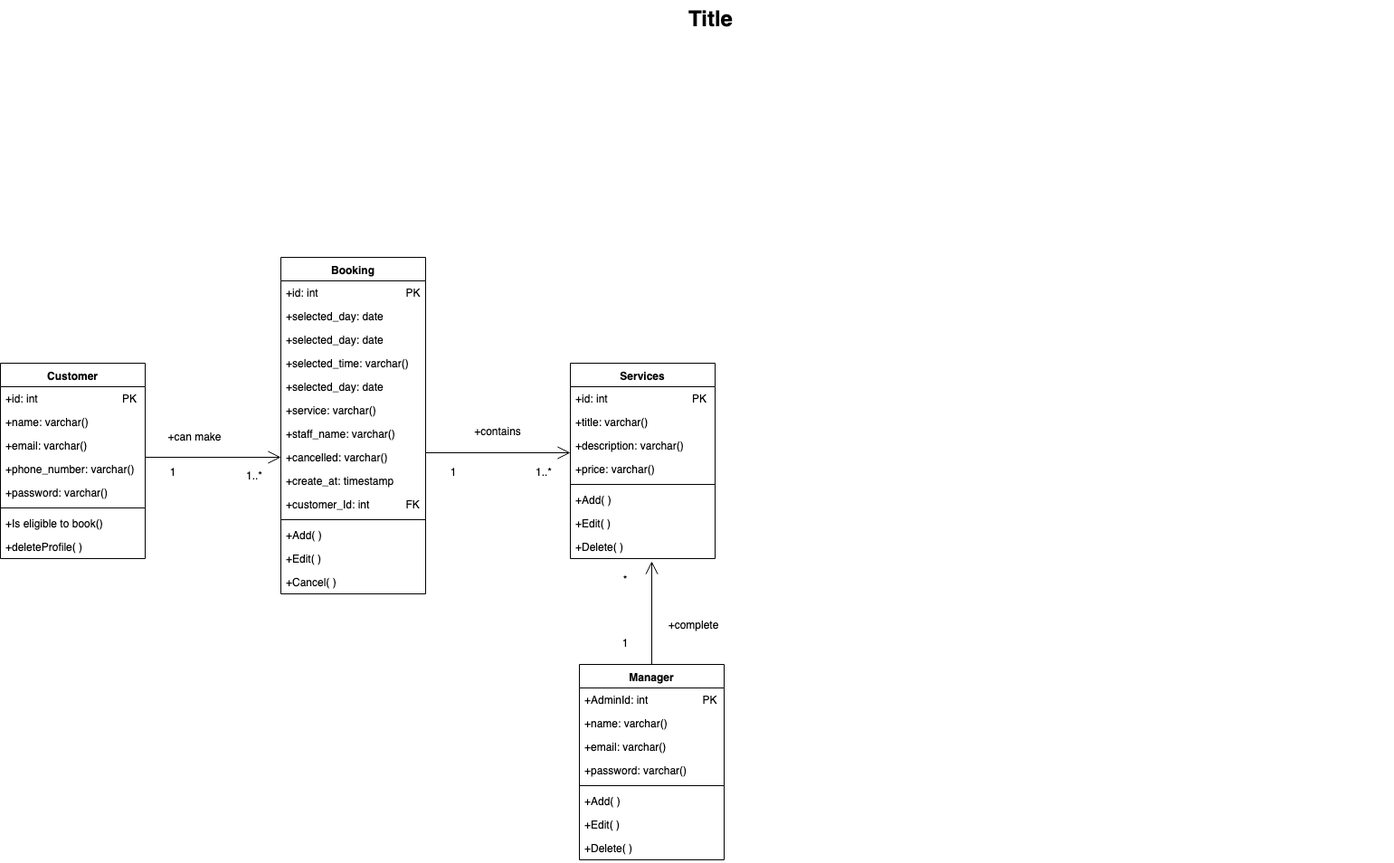
Earlier version of the draw.io export diagram booking.png (warlinsgit/barbershopuml). Source tidied: cells renumbered, new cells last; positions are measured from the earlier drawing's top-left corner, leaving out a move shared by most shapes.
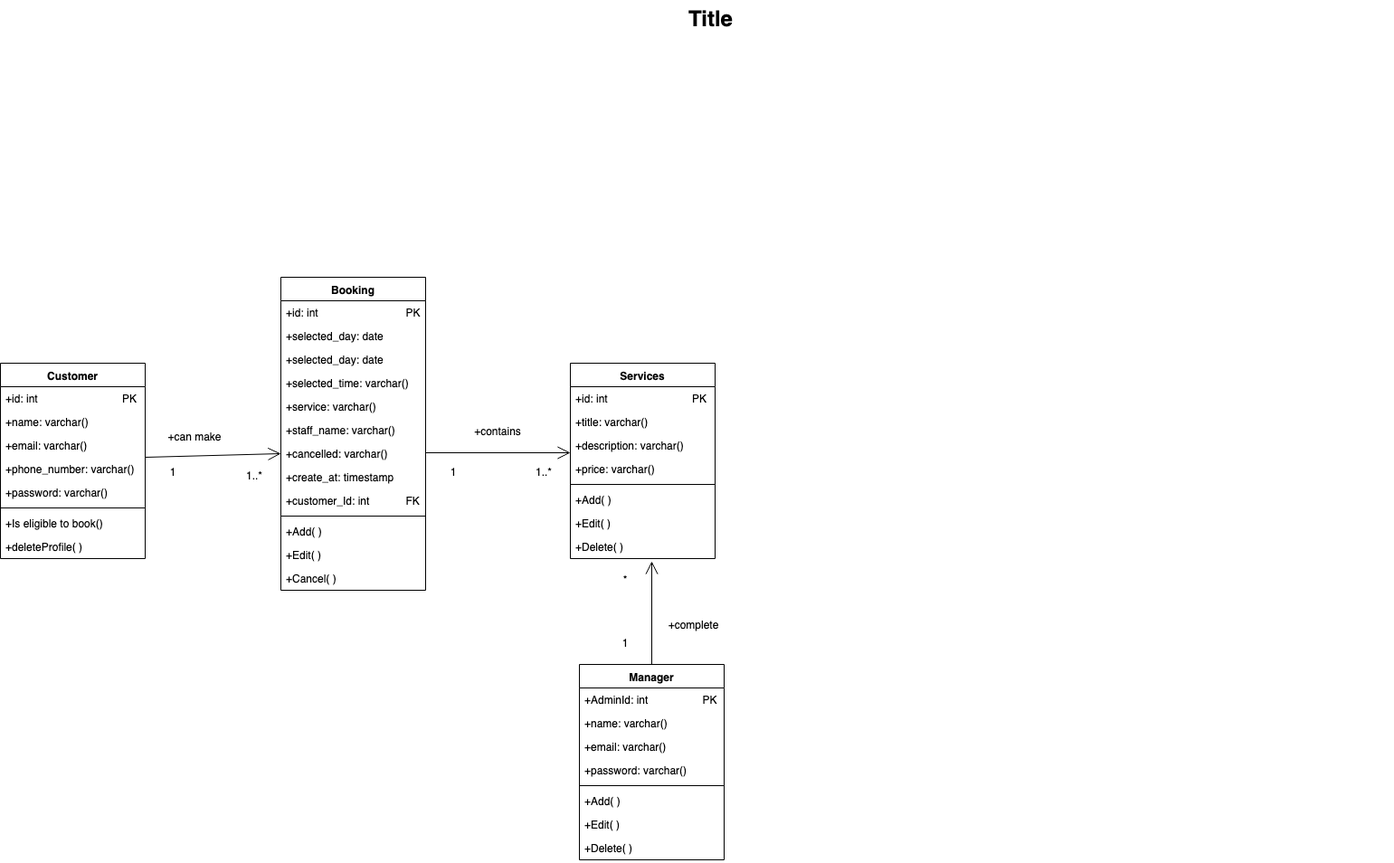
Above is the later version.

What changed in the source:
```diff
@@ -6,7 +6,7 @@
       <mxGeometry x="30" width="1510" height="40" as="geometry" />
     </mxCell>
     <mxCell id="3" value="Booking" style="swimlane;fontStyle=1;align=center;verticalAlign=top;horizontal=1;startSize=26;" parent="1" vertex="1">
-      <mxGeometry x="310" y="284" width="160" height="372" as="geometry" />
+      <mxGeometry x="310" y="306" width="160" height="346" as="geometry" />
     </mxCell>
     <mxCell id="4" value="+id: int                             PK" style="text;strokeColor=none;fillColor=none;align=left;verticalAlign=top;spacingLeft=4;spacingRight=4;overflow=hidden;" parent="3" vertex="1">
       <mxGeometry y="26" width="160" height="26" as="geometry" />
@@ -20,35 +20,32 @@
     <mxCell id="7" value="+selected_time: varchar()" style="text;strokeColor=none;fillColor=none;align=left;verticalAlign=top;spacingLeft=4;spacingRight=4;overflow=hidden;" parent="3" vertex="1">
       <mxGeometry y="104" width="160" height="26" as="geometry" />
     </mxCell>
-    <mxCell id="8" value="+selected_day: date" style="text;strokeColor=none;fillColor=none;align=left;verticalAlign=top;spacingLeft=4;spacingRight=4;overflow=hidden;" parent="3" vertex="1">
-      <mxGeometry y="130" width="160" height="26" as="geometry" />
-    </mxCell>
     <mxCell id="9" value="+service: varchar()" style="text;strokeColor=none;fillColor=none;align=left;verticalAlign=top;spacingLeft=4;spacingRight=4;overflow=hidden;" parent="3" vertex="1">
-      <mxGeometry y="156" width="160" height="26" as="geometry" />
+      <mxGeometry y="130" width="160" height="26" as="geometry" />
     </mxCell>
     <mxCell id="10" value="+staff_name: varchar()" style="text;strokeColor=none;fillColor=none;align=left;verticalAlign=top;spacingLeft=4;spacingRight=4;overflow=hidden;" parent="3" vertex="1">
-      <mxGeometry y="182" width="160" height="26" as="geometry" />
+      <mxGeometry y="156" width="160" height="26" as="geometry" />
     </mxCell>
     <mxCell id="11" value="+cancelled: varchar()&#10;&#10;" style="text;strokeColor=none;fillColor=none;align=left;verticalAlign=top;spacingLeft=4;spacingRight=4;overflow=hidden;points=[[0,0.5],[1,0.5]];portConstraint=eastwest;" parent="3" vertex="1">
-      <mxGeometry y="208" width="160" height="26" as="geometry" />
+      <mxGeometry y="182" width="160" height="26" as="geometry" />
     </mxCell>
     <mxCell id="12" value="+create_at: timestamp&#10;&#10;" style="text;strokeColor=none;fillColor=none;align=left;verticalAlign=top;spacingLeft=4;spacingRight=4;overflow=hidden;" parent="3" vertex="1">
-      <mxGeometry y="234" width="160" height="26" as="geometry" />
+      <mxGeometry y="208" width="160" height="26" as="geometry" />
     </mxCell>
     <mxCell id="13" value="+customer_Id: int            FK&#10;&#10;" style="text;strokeColor=none;fillColor=none;align=left;verticalAlign=top;spacingLeft=4;spacingRight=4;overflow=hidden;" parent="3" vertex="1">
-      <mxGeometry y="260" width="160" height="26" as="geometry" />
+      <mxGeometry y="234" width="160" height="26" as="geometry" />
     </mxCell>
     <mxCell id="14" style="line;strokeWidth=1;fillColor=none;align=left;verticalAlign=middle;spacingTop=-1;spacingLeft=3;spacingRight=3;labelPosition=right;" parent="3" vertex="1">
-      <mxGeometry y="286" width="160" height="8" as="geometry" />
+      <mxGeometry y="260" width="160" height="8" as="geometry" />
     </mxCell>
     <mxCell id="15" value="+Add( )" style="text;strokeColor=none;fillColor=none;align=left;verticalAlign=top;spacingLeft=4;spacingRight=4;overflow=hidden;" parent="3" vertex="1">
-      <mxGeometry y="294" width="160" height="26" as="geometry" />
+      <mxGeometry y="268" width="160" height="26" as="geometry" />
     </mxCell>
     <mxCell id="16" value="+Edit( )" style="text;strokeColor=none;fillColor=none;align=left;verticalAlign=top;spacingLeft=4;spacingRight=4;overflow=hidden;" parent="3" vertex="1">
-      <mxGeometry y="320" width="160" height="26" as="geometry" />
+      <mxGeometry y="294" width="160" height="26" as="geometry" />
     </mxCell>
     <mxCell id="17" value="+Cancel( )" style="text;strokeColor=none;fillColor=none;align=left;verticalAlign=top;spacingLeft=4;spacingRight=4;overflow=hidden;" parent="3" vertex="1">
-      <mxGeometry y="346" width="160" height="26" as="geometry" />
+      <mxGeometry y="320" width="160" height="26" as="geometry" />
     </mxCell>
     <mxCell id="18" value="Services" style="swimlane;fontStyle=1;align=center;verticalAlign=top;horizontal=1;startSize=26;" parent="1" vertex="1">
       <mxGeometry x="630" y="401" width="160" height="216" as="geometry" />
```
